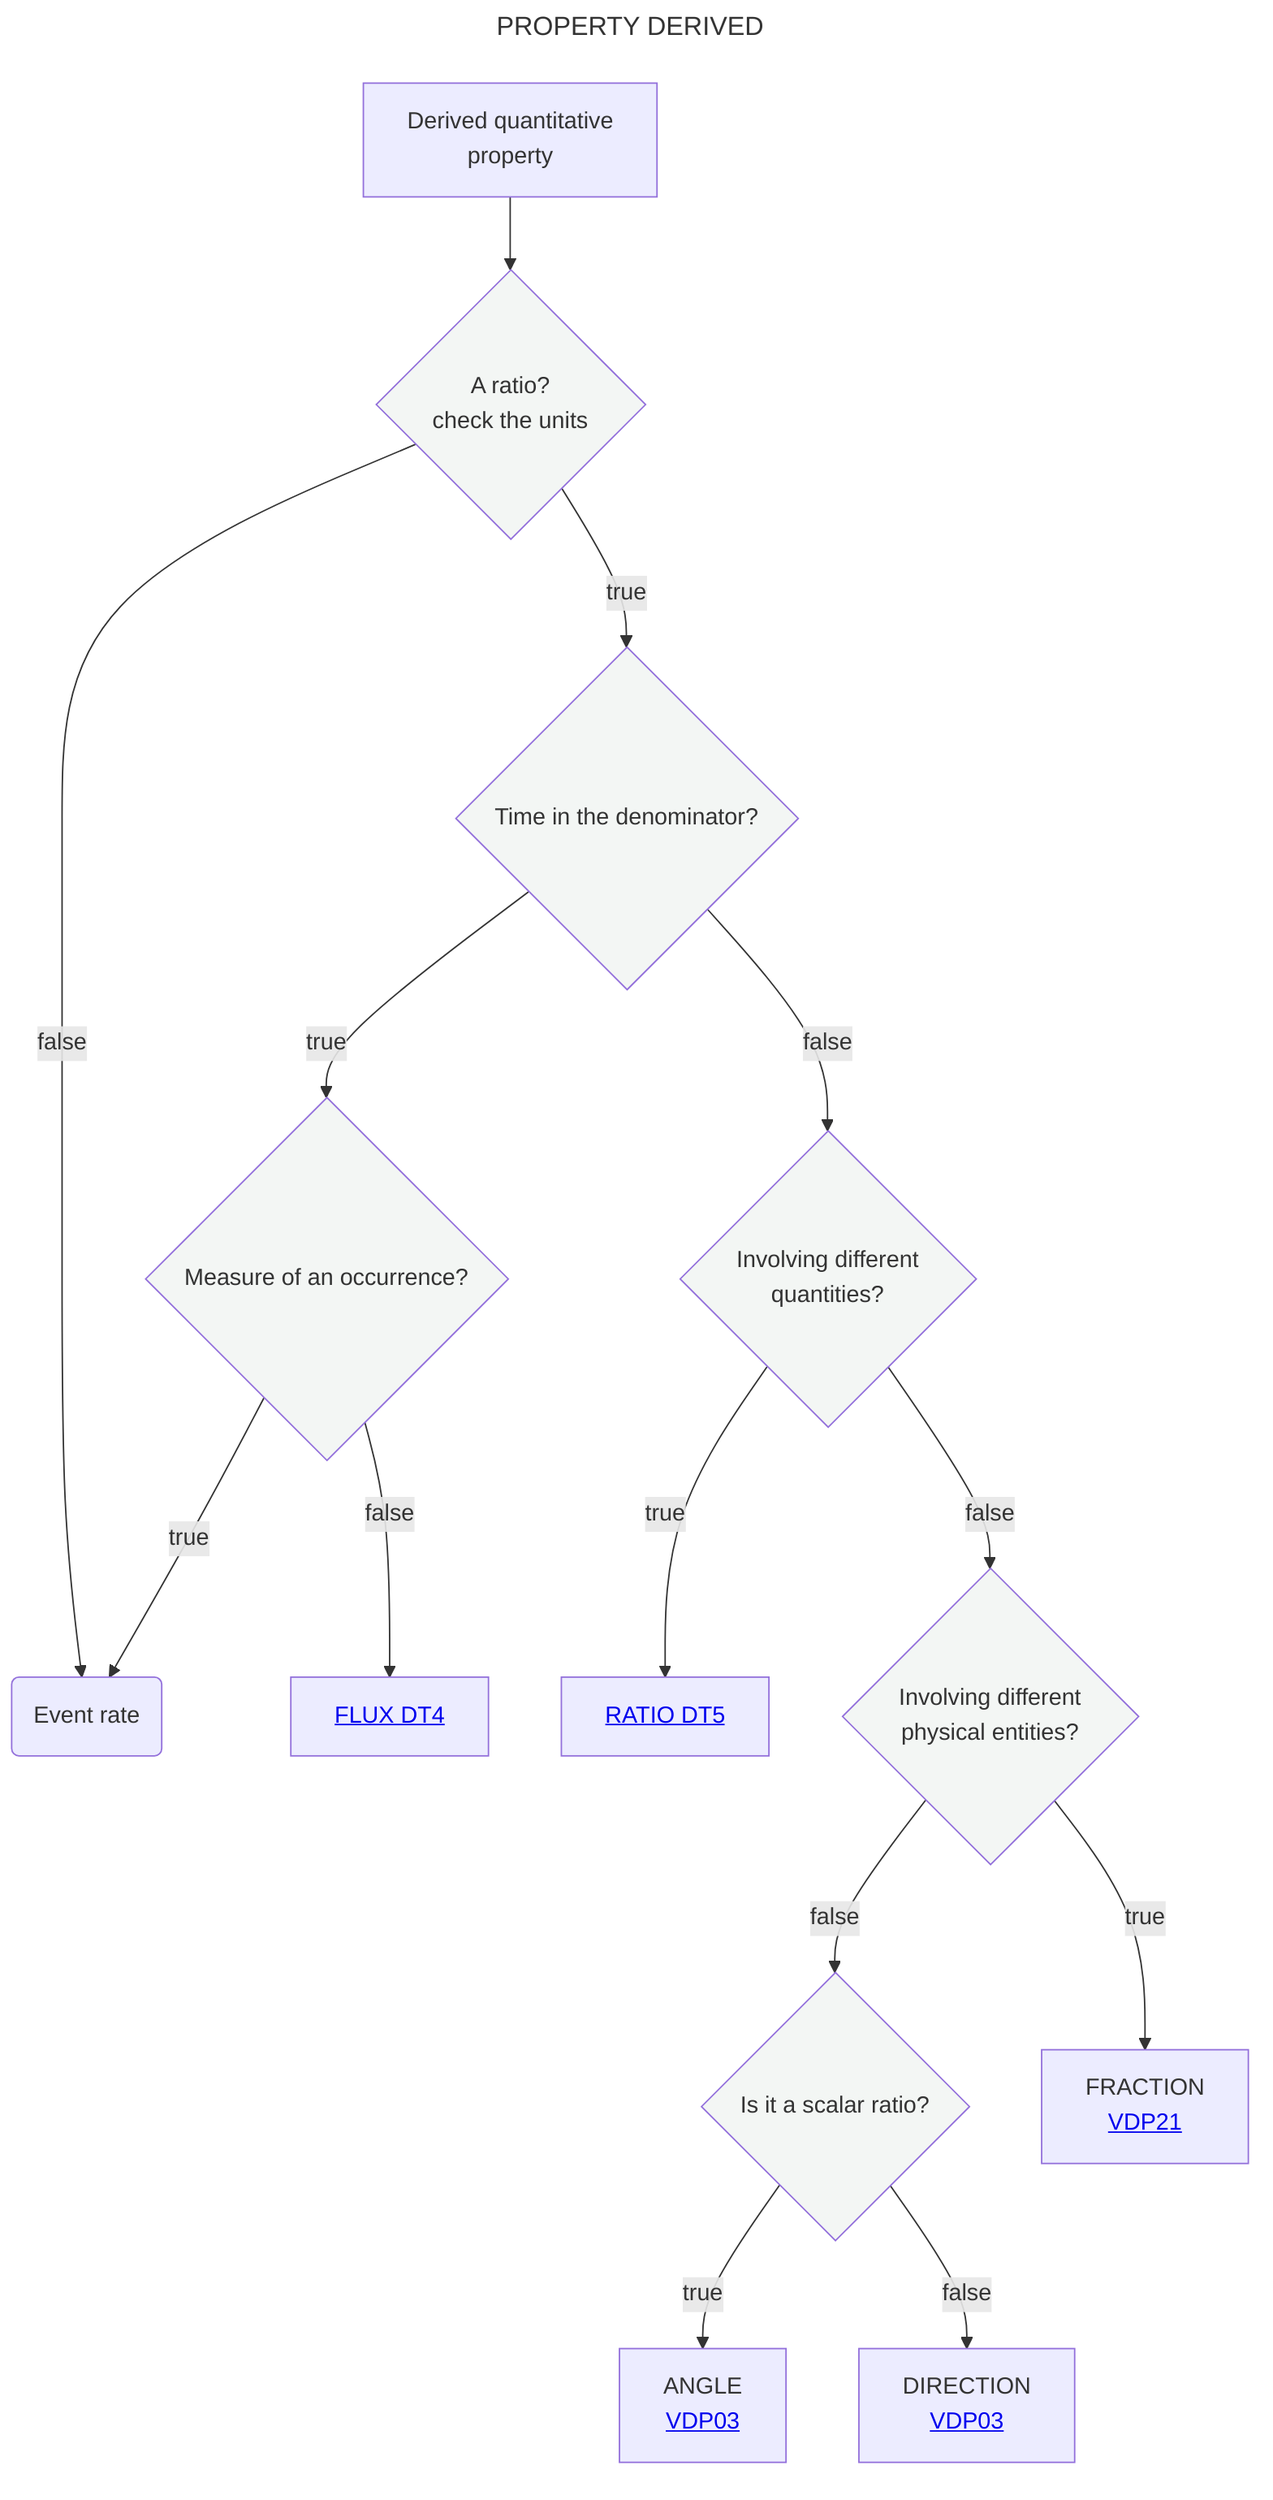
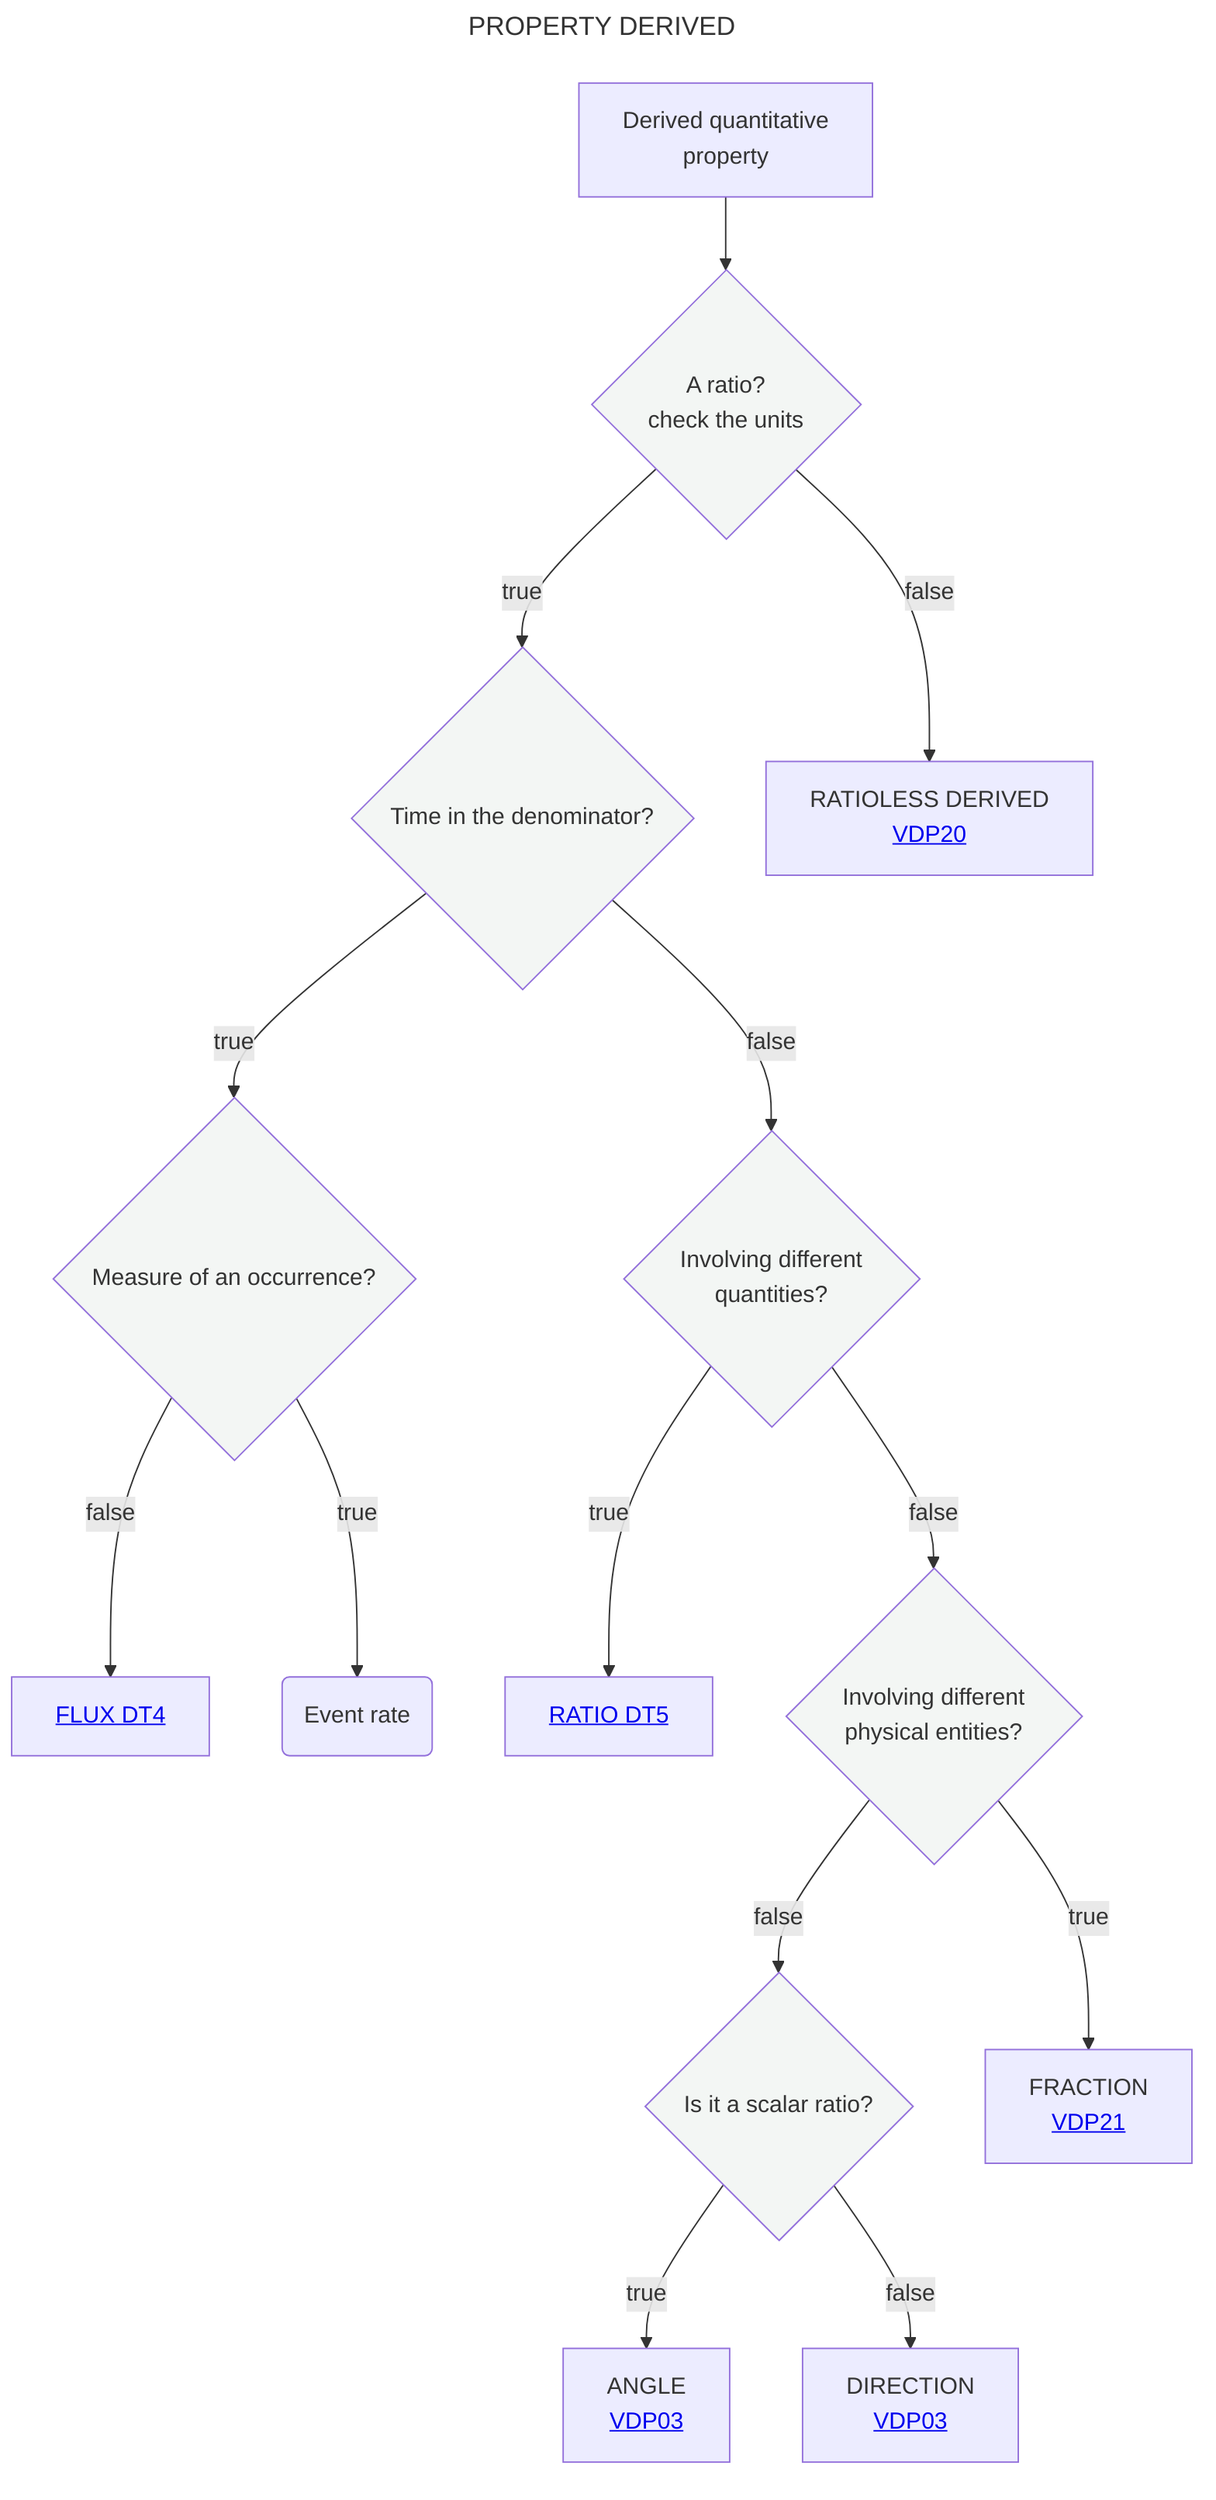
---
title: PROPERTY DERIVED
---
flowchart TD
    A[Derived quantitative <br> property] --> B{A ratio?<br>check the units}:::white
    B --> |true|N{Time in the denominator?}:::white
    B --> |false|I[RATIOLESS DERIVED <br> <a href='https://github.com/mabablue/I-ADOPT-patterns-playground/blob/main/pattern/VDP20.yaml'>VDP20</a>]
    N --> |true|E{Measure of an occurrence?}:::white
    E --> |false|K[<a href='https://github.com/mabablue/I-ADOPT-patterns-playground/blob/main/Decisition_trees/DT4.mmd'>FLUX DT4</a>]
-     E --> |true|I(Event rate)
+     E --> |true|J(Event rate)
    N --> |false|O{Involving different <br> quantities?}:::white
    O --> |true|P[<a href='https://github.com/mabablue/I-ADOPT-patterns-playground/blob/main/Decisition_trees/DT5.mmd'>RATIO DT5</a>]
    O --> |false|Q{Involving different <br> physical entities?}:::white
    Q --> |false|R{Is it a scalar ratio?}:::white
    R --> |true|L[ANGLE <br> <a href='https://github.com/mabablue/I-ADOPT-patterns-playground/blob/main/pattern/VDP03.yaml'>VDP03</a>]
    R --> |false|M[DIRECTION <br> <a href='https://github.com/mabablue/I-ADOPT-patterns-playground/blob/main/pattern/VDP03.yaml'>VDP03</a>]
    Q --> |true|S[FRACTION <br> <a href='https://github.com/mabablue/I-ADOPT-patterns-playground/blob/main/pattern/VDP21.yaml'>VDP21</a>]
   classDef blue fill:#90D5FF
   classDef satblue fill:#57B9FF
   classDef white fill:#f3f6f4
   classDef green fill:#6aa84f

